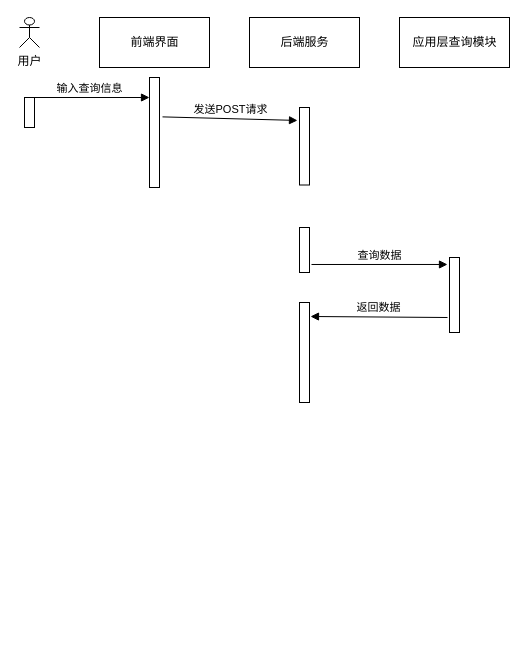
Above: tupian/前后端交互.drawio in JJFatherL/biyesheji (draw.io), before the change. Source tidied: cells renumbered, new cells numbered last; positions are measured from the earlier drawing's top-left corner, leaving out a move shared by most shapes. Both pictures are drawn from the tidied source at 100%, with x=0, y=0 at pixel (19, 17).
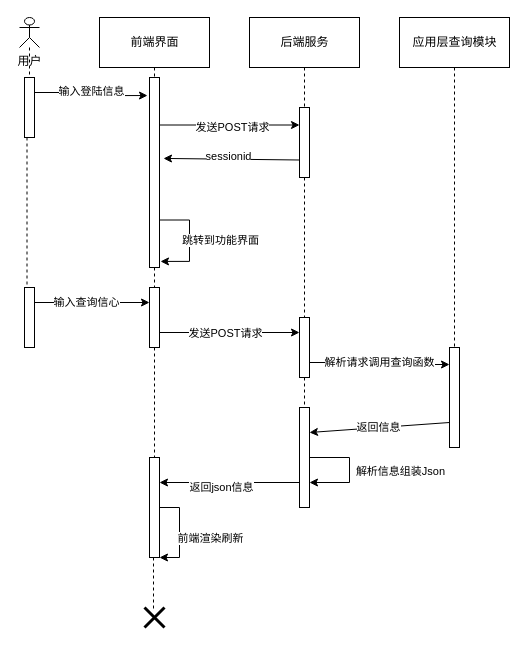
The same diagram, later.

Commit message (it also covers changes not shown here):
更新前后端交互.drawio

Unchanged cells that the change refers to:
```xml
<mxCell id="2" value="用户" style="shape=umlActor;verticalLabelPosition=bottom;verticalAlign=top;html=1;" parent="1" vertex="1">
  <mxGeometry width="20" height="30" as="geometry" />
</mxCell>
<mxCell id="3" value="前端界面" style="html=1;" parent="1" vertex="1">
  <mxGeometry x="80" width="110" height="50" as="geometry" />
</mxCell>
<mxCell id="4" value="后端服务" style="html=1;" parent="1" vertex="1">
  <mxGeometry x="230" width="110" height="50" as="geometry" />
</mxCell>
<mxCell id="5" value="应用层查询模块" style="html=1;" parent="1" vertex="1">
  <mxGeometry x="380" width="110" height="50" as="geometry" />
</mxCell>
```

Change to the diagram source:
```diff
@@
+    <mxCell id="16" style="edgeStyle=none;rounded=0;jettySize=auto;html=1;entryX=0.5;entryY=0;entryDx=0;entryDy=0;dashed=1;endArrow=none;endFill=0;" parent="1" edge="1" source="2" target="23">
+      <mxGeometry relative="1" as="geometry" />
+    </mxCell>
@@
+    <mxCell id="17" style="edgeStyle=none;rounded=0;jettySize=auto;html=1;exitX=0.5;exitY=1;exitDx=0;exitDy=0;entryX=0.5;entryY=0;entryDx=0;entryDy=0;dashed=1;endArrow=none;endFill=0;" parent="1" edge="1" source="3" target="29">
+      <mxGeometry relative="1" as="geometry" />
+    </mxCell>
@@
+    <mxCell id="18" style="edgeStyle=none;rounded=0;jettySize=auto;html=1;exitX=0.5;exitY=1;exitDx=0;exitDy=0;entryX=0.5;entryY=0;entryDx=0;entryDy=0;dashed=1;endArrow=none;endFill=0;" parent="1" edge="1" source="4" target="33">
+      <mxGeometry relative="1" as="geometry" />
+    </mxCell>
@@
+    <mxCell id="19" style="edgeStyle=none;rounded=0;jettySize=auto;html=1;exitX=0.5;exitY=1;exitDx=0;exitDy=0;entryX=0.5;entryY=0;entryDx=0;entryDy=0;dashed=1;endArrow=none;endFill=0;" parent="1" edge="1" source="5" target="47">
+      <mxGeometry relative="1" as="geometry" />
+    </mxCell>
@@
-    <mxCell id="6" style="html=1;points=[];perimeter=orthogonalPerimeter;" parent="1" vertex="1">
-      <mxGeometry x="130" y="60" width="10" height="110" as="geometry" />
-    </mxCell>
-    <mxCell id="7" value="输入查询信息" style="html=1;verticalAlign=bottom;endArrow=block;rounded=0;" parent="1" edge="1">
-      <mxGeometry relative="1" as="geometry">
-        <mxPoint x="10" y="80" as="sourcePoint" />
-        <mxPoint x="130" y="80" as="targetPoint" />
-      </mxGeometry>
-    </mxCell>
-    <mxCell id="8" style="html=1;perimeter=orthogonalPerimeter;" parent="1" vertex="1">
-      <mxGeometry x="5" y="80" width="10" height="30" as="geometry" />
-    </mxCell>
-    <mxCell id="9" style="html=1;points=[];perimeter=orthogonalPerimeter;" parent="1" vertex="1">
-      <mxGeometry x="280" y="210" width="10" height="45" as="geometry" />
-    </mxCell>
-    <mxCell id="10" value="发送POST请求" style="html=1;verticalAlign=bottom;endArrow=block;rounded=0;exitX=1.3;exitY=0.358;exitDx=0;exitDy=0;exitPerimeter=0;entryX=-0.2;entryY=0.167;entryDx=0;entryDy=0;entryPerimeter=0;" parent="1" edge="1" source="6" target="15">
-      <mxGeometry relative="1" as="geometry" />
-    </mxCell>
-    <mxCell id="11" style="html=1;points=[];perimeter=orthogonalPerimeter;" parent="1" vertex="1">
-      <mxGeometry x="430" y="240" width="10" height="75" as="geometry" />
-    </mxCell>
-    <mxCell id="12" value="查询数据" style="html=1;verticalAlign=bottom;endArrow=block;rounded=0;entryX=-0.2;entryY=0.093;entryDx=0;entryDy=0;entryPerimeter=0;exitX=1.2;exitY=0.822;exitDx=0;exitDy=0;exitPerimeter=0;" parent="1" edge="1" source="9" target="11">
-      <mxGeometry relative="1" as="geometry" />
-    </mxCell>
-    <mxCell id="13" style="html=1;points=[];perimeter=orthogonalPerimeter;" parent="1" vertex="1">
-      <mxGeometry x="280" y="285" width="10" height="100" as="geometry" />
-    </mxCell>
-    <mxCell id="14" value="返回数据" style="html=1;verticalAlign=bottom;endArrow=block;rounded=0;entryX=1.1;entryY=0.14;entryDx=0;entryDy=0;entryPerimeter=0;exitX=-0.2;exitY=0.8;exitDx=0;exitDy=0;exitPerimeter=0;" parent="1" edge="1" source="11" target="13">
-      <mxGeometry relative="1" as="geometry" />
-    </mxCell>
-    <mxCell id="15" style="html=1;points=[];perimeter=orthogonalPerimeter;" parent="1" vertex="1">
-      <mxGeometry x="280" y="90" width="10" height="77.5" as="geometry" />
-    </mxCell>
+    <mxCell id="20" style="edgeStyle=orthogonalEdgeStyle;rounded=0;jettySize=auto;html=1;exitX=1;exitY=0.25;exitDx=0;exitDy=0;entryX=-0.2;entryY=0.095;entryDx=0;entryDy=0;entryPerimeter=0;" parent="1" edge="1" source="23" target="29">
+      <mxGeometry relative="1" as="geometry" />
+    </mxCell>
+    <mxCell id="21" value="输入登陆信息" style="edgeLabel;html=1;align=center;verticalAlign=middle;" parent="20" vertex="1">
+      <mxGeometry x="-0.03" y="2" relative="1" as="geometry" />
+    </mxCell>
+    <mxCell id="22" style="edgeStyle=orthogonalEdgeStyle;rounded=0;jettySize=auto;html=1;exitX=0.25;exitY=1;exitDx=0;exitDy=0;entryX=0.25;entryY=0;entryDx=0;entryDy=0;dashed=1;endArrow=none;endFill=0;" parent="1" edge="1" source="23" target="36">
+      <mxGeometry relative="1" as="geometry" />
+    </mxCell>
+    <mxCell id="23" style="rounded=0;whiteSpace=wrap;html=1;" parent="1" vertex="1">
+      <mxGeometry x="5" y="60" width="10" height="60" as="geometry" />
+    </mxCell>
+    <mxCell id="24" style="edgeStyle=orthogonalEdgeStyle;rounded=0;jettySize=auto;html=1;entryX=0;entryY=0.25;entryDx=0;entryDy=0;exitX=1;exitY=0.25;exitDx=0;exitDy=0;" parent="1" edge="1" source="29" target="33">
+      <mxGeometry relative="1" as="geometry" />
+    </mxCell>
+    <mxCell id="25" value="发送POST请求" style="edgeLabel;html=1;align=center;verticalAlign=middle;" parent="24" vertex="1">
+      <mxGeometry x="0.03" y="-2" relative="1" as="geometry" />
+    </mxCell>
+    <mxCell id="26" style="edgeStyle=orthogonalEdgeStyle;rounded=0;orthogonalLoop=1;jettySize=auto;html=1;exitX=1;exitY=0.75;exitDx=0;exitDy=0;entryX=1.1;entryY=0.968;entryDx=0;entryDy=0;entryPerimeter=0;" parent="1" edge="1" source="29" target="29">
+      <mxGeometry relative="1" as="geometry">
+        <Array as="points">
+          <mxPoint x="170" y="203" />
+          <mxPoint x="170" y="244" />
+        </Array>
+      </mxGeometry>
+    </mxCell>
+    <mxCell id="27" value="跳转到功能界面" style="edgeLabel;html=1;align=center;verticalAlign=middle;" parent="26" vertex="1">
+      <mxGeometry x="-0.03" y="2" relative="1" as="geometry">
+        <mxPoint x="28" y="1" as="offset" />
+      </mxGeometry>
+    </mxCell>
+    <mxCell id="28" style="edgeStyle=orthogonalEdgeStyle;rounded=0;jettySize=auto;html=1;exitX=0.5;exitY=1;exitDx=0;exitDy=0;entryX=0.5;entryY=0;entryDx=0;entryDy=0;dashed=1;endArrow=none;endFill=0;" parent="1" edge="1" source="29" target="40">
+      <mxGeometry relative="1" as="geometry" />
+    </mxCell>
+    <mxCell id="29" style="rounded=0;whiteSpace=wrap;html=1;" parent="1" vertex="1">
+      <mxGeometry x="130" y="60" width="10" height="190" as="geometry" />
+    </mxCell>
+    <mxCell id="30" style="rounded=0;jettySize=auto;html=1;exitX=0;exitY=0.75;exitDx=0;exitDy=0;entryX=1.4;entryY=0.426;entryDx=0;entryDy=0;entryPerimeter=0;" parent="1" edge="1" source="33" target="29">
+      <mxGeometry relative="1" as="geometry" />
+    </mxCell>
+    <mxCell id="31" value="sessionid" style="edgeLabel;html=1;align=center;verticalAlign=middle;" parent="30" vertex="1">
+      <mxGeometry x="0.06" y="-3" relative="1" as="geometry" />
+    </mxCell>
+    <mxCell id="32" style="edgeStyle=none;rounded=0;jettySize=auto;html=1;exitX=0.5;exitY=1;exitDx=0;exitDy=0;entryX=0.5;entryY=0;entryDx=0;entryDy=0;dashed=1;endArrow=none;endFill=0;" parent="1" edge="1" source="33" target="44">
+      <mxGeometry relative="1" as="geometry" />
+    </mxCell>
+    <mxCell id="33" style="rounded=0;whiteSpace=wrap;html=1;" parent="1" vertex="1">
+      <mxGeometry x="280" y="90" width="10" height="70" as="geometry" />
+    </mxCell>
+    <mxCell id="34" style="edgeStyle=orthogonalEdgeStyle;rounded=0;jettySize=auto;html=1;exitX=1;exitY=0.25;exitDx=0;exitDy=0;entryX=0;entryY=0.25;entryDx=0;entryDy=0;" parent="1" edge="1" source="36" target="40">
+      <mxGeometry relative="1" as="geometry" />
+    </mxCell>
+    <mxCell id="35" value="输入查询信心" style="edgeLabel;html=1;align=center;verticalAlign=middle;" parent="34" vertex="1">
+      <mxGeometry x="-0.11" y="1" relative="1" as="geometry" />
+    </mxCell>
+    <mxCell id="36" style="rounded=0;whiteSpace=wrap;html=1;" parent="1" vertex="1">
+      <mxGeometry x="5" y="270" width="10" height="60" as="geometry" />
+    </mxCell>
+    <mxCell id="37" style="edgeStyle=orthogonalEdgeStyle;rounded=0;jettySize=auto;html=1;exitX=1;exitY=0.75;exitDx=0;exitDy=0;entryX=0;entryY=0.25;entryDx=0;entryDy=0;" parent="1" edge="1" source="40" target="44">
+      <mxGeometry relative="1" as="geometry" />
+    </mxCell>
+    <mxCell id="38" value="发送POST请求" style="edgeLabel;html=1;align=center;verticalAlign=middle;" parent="37" vertex="1">
+      <mxGeometry x="-0.07" relative="1" as="geometry" />
+    </mxCell>
+    <mxCell id="39" style="rounded=0;jettySize=auto;html=1;exitX=0.5;exitY=1;exitDx=0;exitDy=0;entryX=0.5;entryY=0;entryDx=0;entryDy=0;dashed=1;endArrow=none;endFill=0;" parent="1" edge="1" source="40" target="54">
+      <mxGeometry relative="1" as="geometry" />
+    </mxCell>
+    <mxCell id="40" style="rounded=0;whiteSpace=wrap;html=1;" parent="1" vertex="1">
+      <mxGeometry x="130" y="270" width="10" height="60" as="geometry" />
+    </mxCell>
+    <mxCell id="41" style="edgeStyle=orthogonalEdgeStyle;rounded=0;jettySize=auto;html=1;exitX=1;exitY=0.75;exitDx=0;exitDy=0;entryX=0;entryY=0.17;entryDx=0;entryDy=0;entryPerimeter=0;" parent="1" edge="1" source="44" target="47">
+      <mxGeometry relative="1" as="geometry" />
+    </mxCell>
+    <mxCell id="42" value="解析请求调用查询函数" style="edgeLabel;html=1;align=center;verticalAlign=middle;" parent="41" vertex="1">
+      <mxGeometry x="-0.03" y="1" relative="1" as="geometry" />
+    </mxCell>
+    <mxCell id="43" style="edgeStyle=none;rounded=0;jettySize=auto;html=1;exitX=0.5;exitY=1;exitDx=0;exitDy=0;entryX=0.5;entryY=0;entryDx=0;entryDy=0;dashed=1;endArrow=none;endFill=0;" parent="1" edge="1" source="44" target="50">
+      <mxGeometry relative="1" as="geometry" />
+    </mxCell>
+    <mxCell id="44" style="rounded=0;whiteSpace=wrap;html=1;" parent="1" vertex="1">
+      <mxGeometry x="280" y="300" width="10" height="60" as="geometry" />
+    </mxCell>
+    <mxCell id="45" style="rounded=0;jettySize=auto;html=1;exitX=0;exitY=0.75;exitDx=0;exitDy=0;entryX=1;entryY=0.25;entryDx=0;entryDy=0;" parent="1" edge="1" source="47" target="50">
+      <mxGeometry relative="1" as="geometry" />
+    </mxCell>
+    <mxCell id="46" value="返回信息" style="edgeLabel;html=1;align=center;verticalAlign=middle;" parent="45" vertex="1">
+      <mxGeometry x="0.03" y="-1" relative="1" as="geometry" />
+    </mxCell>
+    <mxCell id="47" style="rounded=0;whiteSpace=wrap;html=1;" parent="1" vertex="1">
+      <mxGeometry x="430" y="330" width="10" height="100" as="geometry" />
+    </mxCell>
+    <mxCell id="48" style="edgeStyle=orthogonalEdgeStyle;rounded=0;jettySize=auto;html=1;exitX=0;exitY=0.75;exitDx=0;exitDy=0;entryX=1;entryY=0.25;entryDx=0;entryDy=0;" parent="1" edge="1" source="50" target="54">
+      <mxGeometry relative="1" as="geometry" />
+    </mxCell>
+    <mxCell id="49" value="返回json信息" style="edgeLabel;html=1;align=center;verticalAlign=middle;" parent="48" vertex="1">
+      <mxGeometry x="0.13" y="4" relative="1" as="geometry" />
+    </mxCell>
+    <mxCell id="50" style="rounded=0;whiteSpace=wrap;html=1;" parent="1" vertex="1">
+      <mxGeometry x="280" y="390" width="10" height="100" as="geometry" />
+    </mxCell>
+    <mxCell id="51" style="edgeStyle=orthogonalEdgeStyle;rounded=0;orthogonalLoop=1;jettySize=auto;html=1;exitX=1;exitY=0.5;exitDx=0;exitDy=0;entryX=1;entryY=0.75;entryDx=0;entryDy=0;" parent="1" edge="1" source="50" target="50">
+      <mxGeometry relative="1" as="geometry">
+        <Array as="points">
+          <mxPoint x="330" y="440" />
+          <mxPoint x="330" y="465" />
+        </Array>
+      </mxGeometry>
+    </mxCell>
+    <mxCell id="52" value="解析信息组装Json" style="edgeLabel;html=1;align=center;verticalAlign=middle;" parent="51" vertex="1">
+      <mxGeometry x="0.07" y="1" relative="1" as="geometry">
+        <mxPoint x="49" y="-3" as="offset" />
+      </mxGeometry>
+    </mxCell>
+    <mxCell id="53" style="edgeStyle=none;rounded=0;jettySize=auto;html=1;entryX=0.45;entryY=0.2;entryDx=0;entryDy=0;entryPerimeter=0;dashed=1;endArrow=none;endFill=0;" parent="1" edge="1" target="57">
+      <mxGeometry relative="1" as="geometry">
+        <mxPoint x="134" y="540" as="sourcePoint" />
+      </mxGeometry>
+    </mxCell>
+    <mxCell id="54" style="rounded=0;whiteSpace=wrap;html=1;" parent="1" vertex="1">
+      <mxGeometry x="130" y="440" width="10" height="100" as="geometry" />
+    </mxCell>
+    <mxCell id="55" style="edgeStyle=orthogonalEdgeStyle;rounded=0;orthogonalLoop=1;jettySize=auto;html=1;exitX=1;exitY=0.5;exitDx=0;exitDy=0;entryX=1;entryY=1;entryDx=0;entryDy=0;" parent="1" edge="1" source="54" target="54">
+      <mxGeometry relative="1" as="geometry">
+        <Array as="points">
+          <mxPoint x="160" y="490" />
+          <mxPoint x="160" y="540" />
+        </Array>
+      </mxGeometry>
+    </mxCell>
+    <mxCell id="56" value="前端渲染刷新" style="edgeLabel;html=1;align=center;verticalAlign=middle;" parent="55" vertex="1">
+      <mxGeometry x="-0.13" relative="1" as="geometry">
+        <mxPoint x="30" y="11" as="offset" />
+      </mxGeometry>
+    </mxCell>
+    <mxCell id="57" style="shape=umlDestroy;whiteSpace=wrap;html=1;strokeWidth=3;" parent="1" vertex="1">
+      <mxGeometry x="125" y="590" width="20" height="20" as="geometry" />
+    </mxCell>
```
